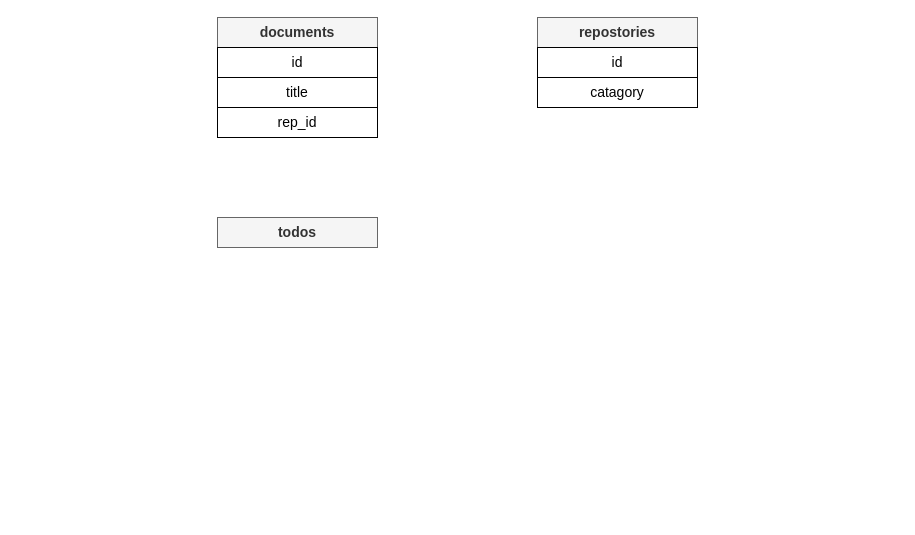
This is page "E-R" (3 of 3) of Projects/captin/captin.drawio from creatern/NoteBook, a draw.io file, before an edit. Source tidied: cells renumbered, new cells numbered last; positions are measured from the earlier drawing's top-left corner, leaving out a move shared by most shapes. Both pictures are drawn from the tidied source at 100%, with x=0, y=0 at pixel (217, 17).
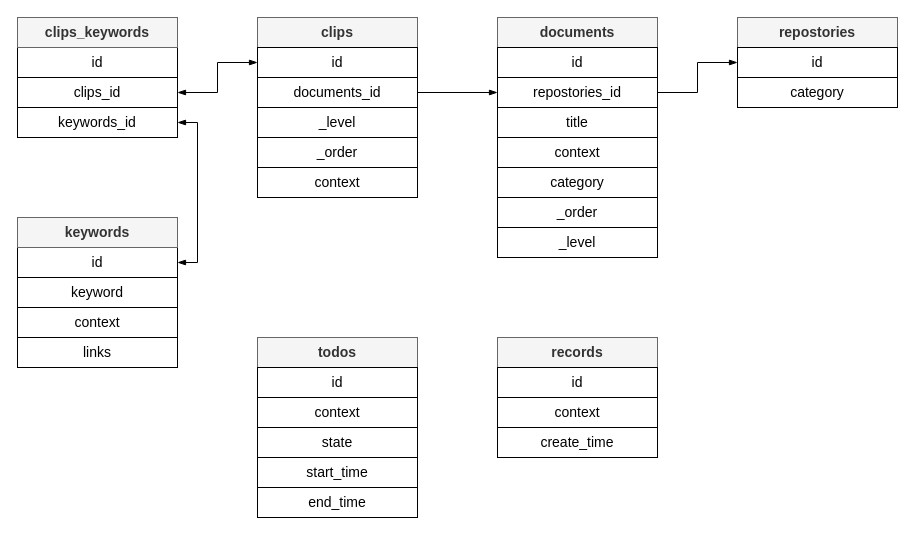
After the change.

Diff of the diagram source:
```diff
@@
     <mxCell id="2" value="documents" style="rounded=0;whiteSpace=wrap;html=1;fontFamily=Helvetica;fontSize=14;fontColor=#333333;labelBackgroundColor=none;fillColor=#f5f5f5;strokeColor=#666666;fontStyle=1;" parent="1" vertex="1">
-      <mxGeometry width="160" height="30" as="geometry" />
+      <mxGeometry x="280" width="160" height="30" as="geometry" />
     </mxCell>
     <mxCell id="3" value="repostories" style="rounded=0;whiteSpace=wrap;html=1;fontFamily=Helvetica;fontSize=14;fontColor=#333333;labelBackgroundColor=none;fontStyle=1;strokeColor=#666666;fillColor=#f5f5f5;" parent="1" vertex="1">
-      <mxGeometry x="320" width="160" height="30" as="geometry" />
+      <mxGeometry x="520" width="160" height="30" as="geometry" />
     </mxCell>
     <mxCell id="4" value="todos" style="rounded=0;whiteSpace=wrap;html=1;fontFamily=Helvetica;fontSize=14;fontColor=#333333;labelBackgroundColor=none;fontStyle=1;fillColor=#f5f5f5;strokeColor=#666666;" parent="1" vertex="1">
-      <mxGeometry y="200" width="160" height="30" as="geometry" />
+      <mxGeometry x="40" y="320" width="160" height="30" as="geometry" />
     </mxCell>
+    <mxCell id="10" style="edgeStyle=orthogonalEdgeStyle;rounded=0;jettySize=auto;html=1;exitX=1;exitY=0.5;exitDx=0;exitDy=0;entryX=0;entryY=0.5;entryDx=0;entryDy=0;strokeColor=default;strokeWidth=1;align=center;verticalAlign=middle;fontFamily=Helvetica;fontSize=11;fontColor=default;labelBackgroundColor=default;endArrow=blockThin;endFill=1;" parent="1" edge="1" source="7" target="8">
+      <mxGeometry relative="1" as="geometry" />
+    </mxCell>
     <mxCell id="5" value="id" style="rounded=0;whiteSpace=wrap;html=1;fontFamily=Helvetica;fontSize=14;labelBackgroundColor=none;" parent="1" vertex="1">
-      <mxGeometry y="30" width="160" height="30" as="geometry" />
+      <mxGeometry x="280" y="30" width="160" height="30" as="geometry" />
     </mxCell>
     <mxCell id="6" value="title" style="rounded=0;whiteSpace=wrap;html=1;fontFamily=Helvetica;fontSize=14;labelBackgroundColor=none;" parent="1" vertex="1">
-      <mxGeometry y="60" width="160" height="30" as="geometry" />
+      <mxGeometry x="280" y="90" width="160" height="30" as="geometry" />
     </mxCell>
-    <mxCell id="7" value="rep_id" style="rounded=0;whiteSpace=wrap;html=1;fontFamily=Helvetica;fontSize=14;labelBackgroundColor=none;" parent="1" vertex="1">
-      <mxGeometry y="90" width="160" height="30" as="geometry" />
+    <mxCell id="7" value="repostories_id" style="rounded=0;whiteSpace=wrap;html=1;fontFamily=Helvetica;fontSize=14;labelBackgroundColor=none;" parent="1" vertex="1">
+      <mxGeometry x="280" y="60" width="160" height="30" as="geometry" />
     </mxCell>
     <mxCell id="8" value="id" style="rounded=0;whiteSpace=wrap;html=1;fontFamily=Helvetica;fontSize=14;labelBackgroundColor=none;" parent="1" vertex="1">
-      <mxGeometry x="320" y="30" width="160" height="30" as="geometry" />
+      <mxGeometry x="520" y="30" width="160" height="30" as="geometry" />
     </mxCell>
-    <mxCell id="9" value="catagory" style="rounded=0;whiteSpace=wrap;html=1;fontFamily=Helvetica;fontSize=14;labelBackgroundColor=none;" parent="1" vertex="1">
-      <mxGeometry x="320" y="60" width="160" height="30" as="geometry" />
+    <mxCell id="9" value="category" style="rounded=0;whiteSpace=wrap;html=1;fontFamily=Helvetica;fontSize=14;labelBackgroundColor=none;" parent="1" vertex="1">
+      <mxGeometry x="520" y="60" width="160" height="30" as="geometry" />
     </mxCell>
+    <mxCell id="11" value="id" style="rounded=0;whiteSpace=wrap;html=1;fontFamily=Helvetica;fontSize=14;labelBackgroundColor=none;" parent="1" vertex="1">
+      <mxGeometry x="40" y="350" width="160" height="30" as="geometry" />
+    </mxCell>
+    <mxCell id="12" value="context" style="rounded=0;whiteSpace=wrap;html=1;fontFamily=Helvetica;fontSize=14;labelBackgroundColor=none;" parent="1" vertex="1">
+      <mxGeometry x="40" y="380" width="160" height="30" as="geometry" />
+    </mxCell>
+    <mxCell id="13" value="state" style="rounded=0;whiteSpace=wrap;html=1;fontFamily=Helvetica;fontSize=14;labelBackgroundColor=none;" parent="1" vertex="1">
+      <mxGeometry x="40" y="410" width="160" height="30" as="geometry" />
+    </mxCell>
+    <mxCell id="14" value="context" style="rounded=0;whiteSpace=wrap;html=1;fontFamily=Helvetica;fontSize=14;labelBackgroundColor=none;" parent="1" vertex="1">
+      <mxGeometry x="280" y="120" width="160" height="30" as="geometry" />
+    </mxCell>
+    <mxCell id="15" value="id" style="rounded=0;whiteSpace=wrap;html=1;fontFamily=Helvetica;fontSize=14;labelBackgroundColor=none;" parent="1" vertex="1">
+      <mxGeometry x="-200" y="230" width="160" height="30" as="geometry" />
+    </mxCell>
+    <mxCell id="16" value="keywords" style="rounded=0;whiteSpace=wrap;html=1;fontFamily=Helvetica;fontSize=14;fontColor=#333333;labelBackgroundColor=none;fillColor=#f5f5f5;strokeColor=#666666;fontStyle=1;" parent="1" vertex="1">
+      <mxGeometry x="-200" y="200" width="160" height="30" as="geometry" />
+    </mxCell>
+    <mxCell id="17" value="keyword" style="rounded=0;whiteSpace=wrap;html=1;fontFamily=Helvetica;fontSize=14;labelBackgroundColor=none;" parent="1" vertex="1">
+      <mxGeometry x="-200" y="260" width="160" height="30" as="geometry" />
+    </mxCell>
+    <mxCell id="18" value="id" style="rounded=0;whiteSpace=wrap;html=1;fontFamily=Helvetica;fontSize=14;labelBackgroundColor=none;" parent="1" vertex="1">
+      <mxGeometry x="-200" y="30" width="160" height="30" as="geometry" />
+    </mxCell>
+    <mxCell id="19" value="context" style="rounded=0;whiteSpace=wrap;html=1;fontFamily=Helvetica;fontSize=14;labelBackgroundColor=none;" parent="1" vertex="1">
+      <mxGeometry x="-200" y="290" width="160" height="30" as="geometry" />
+    </mxCell>
+    <mxCell id="20" value="clips_keywords" style="rounded=0;whiteSpace=wrap;html=1;fontFamily=Helvetica;fontSize=14;fontColor=#333333;labelBackgroundColor=none;fillColor=#f5f5f5;strokeColor=#666666;fontStyle=1;" parent="1" vertex="1">
+      <mxGeometry x="-200" width="160" height="30" as="geometry" />
+    </mxCell>
+    <mxCell id="21" style="edgeStyle=orthogonalEdgeStyle;rounded=0;jettySize=auto;html=1;exitX=1;exitY=0.5;exitDx=0;exitDy=0;entryX=0;entryY=0.5;entryDx=0;entryDy=0;strokeColor=default;strokeWidth=1;align=center;verticalAlign=middle;fontFamily=Helvetica;fontSize=11;fontColor=default;labelBackgroundColor=default;endArrow=blockThin;endFill=1;startArrow=blockThin;startFill=1;" parent="1" edge="1" source="22" target="32">
+      <mxGeometry relative="1" as="geometry" />
+    </mxCell>
+    <mxCell id="22" value="clips_id" style="rounded=0;whiteSpace=wrap;html=1;fontFamily=Helvetica;fontSize=14;labelBackgroundColor=none;" parent="1" vertex="1">
+      <mxGeometry x="-200" y="60" width="160" height="30" as="geometry" />
+    </mxCell>
+    <mxCell id="23" style="edgeStyle=orthogonalEdgeStyle;rounded=0;jettySize=auto;html=1;exitX=1;exitY=0.5;exitDx=0;exitDy=0;entryX=1;entryY=0.5;entryDx=0;entryDy=0;strokeColor=default;strokeWidth=1;align=center;verticalAlign=middle;fontFamily=Helvetica;fontSize=11;fontColor=default;labelBackgroundColor=default;endArrow=blockThin;endFill=1;startArrow=blockThin;startFill=1;" parent="1" edge="1" source="24" target="15">
+      <mxGeometry relative="1" as="geometry" />
+    </mxCell>
+    <mxCell id="24" value="keywords_id" style="rounded=0;whiteSpace=wrap;html=1;fontFamily=Helvetica;fontSize=14;labelBackgroundColor=none;" parent="1" vertex="1">
+      <mxGeometry x="-200" y="90" width="160" height="30" as="geometry" />
+    </mxCell>
+    <mxCell id="25" value="records" style="rounded=0;whiteSpace=wrap;html=1;fontFamily=Helvetica;fontSize=14;fontColor=#333333;labelBackgroundColor=none;fontStyle=1;fillColor=#f5f5f5;strokeColor=#666666;" parent="1" vertex="1">
+      <mxGeometry x="280" y="320" width="160" height="30" as="geometry" />
+    </mxCell>
+    <mxCell id="26" value="id" style="rounded=0;whiteSpace=wrap;html=1;fontFamily=Helvetica;fontSize=14;labelBackgroundColor=none;" parent="1" vertex="1">
+      <mxGeometry x="280" y="350" width="160" height="30" as="geometry" />
+    </mxCell>
+    <mxCell id="27" value="context" style="rounded=0;whiteSpace=wrap;html=1;fontFamily=Helvetica;fontSize=14;labelBackgroundColor=none;" parent="1" vertex="1">
+      <mxGeometry x="280" y="380" width="160" height="30" as="geometry" />
+    </mxCell>
+    <mxCell id="28" value="create_time" style="rounded=0;whiteSpace=wrap;html=1;fontFamily=Helvetica;fontSize=14;labelBackgroundColor=none;" parent="1" vertex="1">
+      <mxGeometry x="280" y="410" width="160" height="30" as="geometry" />
+    </mxCell>
+    <mxCell id="29" value="start_time" style="rounded=0;whiteSpace=wrap;html=1;fontFamily=Helvetica;fontSize=14;labelBackgroundColor=none;" parent="1" vertex="1">
+      <mxGeometry x="40" y="440" width="160" height="30" as="geometry" />
+    </mxCell>
+    <mxCell id="30" value="end_time" style="rounded=0;whiteSpace=wrap;html=1;fontFamily=Helvetica;fontSize=14;labelBackgroundColor=none;" parent="1" vertex="1">
+      <mxGeometry x="40" y="470" width="160" height="30" as="geometry" />
+    </mxCell>
+    <mxCell id="31" value="clips" style="rounded=0;whiteSpace=wrap;html=1;fontFamily=Helvetica;fontSize=14;fontColor=#333333;labelBackgroundColor=none;fillColor=#f5f5f5;strokeColor=#666666;fontStyle=1;" parent="1" vertex="1">
+      <mxGeometry x="40" width="160" height="30" as="geometry" />
+    </mxCell>
+    <mxCell id="32" value="id" style="rounded=0;whiteSpace=wrap;html=1;fontFamily=Helvetica;fontSize=14;labelBackgroundColor=none;" parent="1" vertex="1">
+      <mxGeometry x="40" y="30" width="160" height="30" as="geometry" />
+    </mxCell>
+    <mxCell id="33" style="edgeStyle=orthogonalEdgeStyle;rounded=0;jettySize=auto;html=1;exitX=1;exitY=0.5;exitDx=0;exitDy=0;entryX=0;entryY=0.5;entryDx=0;entryDy=0;strokeColor=default;strokeWidth=1;align=center;verticalAlign=middle;fontFamily=Helvetica;fontSize=11;fontColor=default;labelBackgroundColor=default;endArrow=blockThin;endFill=1;" parent="1" edge="1" source="34" target="7">
+      <mxGeometry relative="1" as="geometry" />
+    </mxCell>
+    <mxCell id="34" value="documents_id" style="rounded=0;whiteSpace=wrap;html=1;fontFamily=Helvetica;fontSize=14;labelBackgroundColor=none;" parent="1" vertex="1">
+      <mxGeometry x="40" y="60" width="160" height="30" as="geometry" />
+    </mxCell>
+    <mxCell id="35" value="context" style="rounded=0;whiteSpace=wrap;html=1;fontFamily=Helvetica;fontSize=14;labelBackgroundColor=none;" parent="1" vertex="1">
+      <mxGeometry x="40" y="150" width="160" height="30" as="geometry" />
+    </mxCell>
+    <mxCell id="36" value="links" style="rounded=0;whiteSpace=wrap;html=1;fontFamily=Helvetica;fontSize=14;labelBackgroundColor=none;" parent="1" vertex="1">
+      <mxGeometry x="-200" y="320" width="160" height="30" as="geometry" />
+    </mxCell>
+    <mxCell id="37" value="_level" style="rounded=0;whiteSpace=wrap;html=1;fontFamily=Helvetica;fontSize=14;labelBackgroundColor=none;" parent="1" vertex="1">
+      <mxGeometry x="40" y="90" width="160" height="30" as="geometry" />
+    </mxCell>
+    <mxCell id="38" value="_order" style="rounded=0;whiteSpace=wrap;html=1;fontFamily=Helvetica;fontSize=14;labelBackgroundColor=none;" parent="1" vertex="1">
+      <mxGeometry x="40" y="120" width="160" height="30" as="geometry" />
+    </mxCell>
+    <mxCell id="39" value="_order" style="rounded=0;whiteSpace=wrap;html=1;fontFamily=Helvetica;fontSize=14;labelBackgroundColor=none;" parent="1" vertex="1">
+      <mxGeometry x="280" y="180" width="160" height="30" as="geometry" />
+    </mxCell>
+    <mxCell id="40" value="_level" style="rounded=0;whiteSpace=wrap;html=1;fontFamily=Helvetica;fontSize=14;labelBackgroundColor=none;" parent="1" vertex="1">
+      <mxGeometry x="280" y="210" width="160" height="30" as="geometry" />
+    </mxCell>
+    <mxCell id="41" value="category" style="rounded=0;whiteSpace=wrap;html=1;fontFamily=Helvetica;fontSize=14;labelBackgroundColor=none;" parent="1" vertex="1">
+      <mxGeometry x="280" y="150" width="160" height="30" as="geometry" />
+    </mxCell>
```
